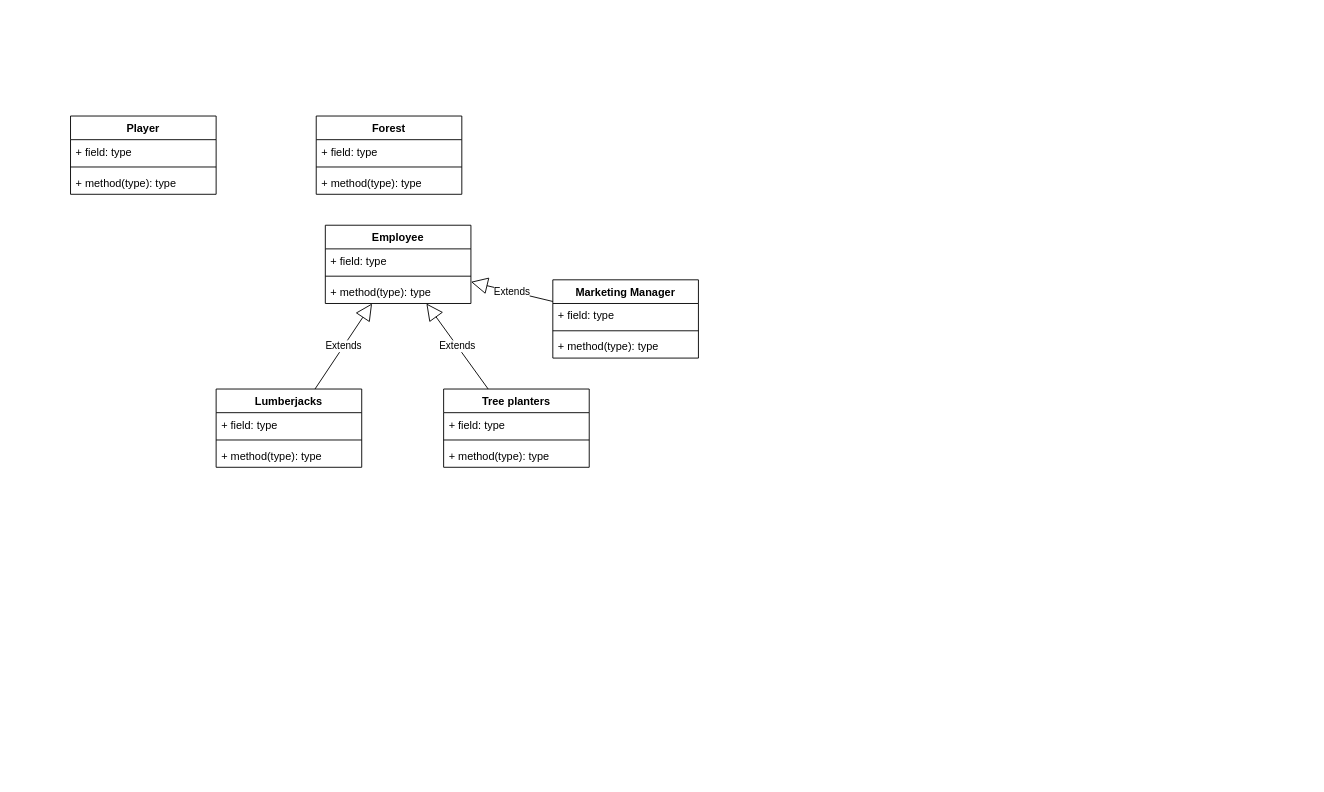
This is UML_diagrams/reduced_visibility_uml.drawio from QuinD3cim/AP4B_Lumber, a draw.io file, before an edit. Source tidied: cells renumbered, new cells numbered last; positions are measured from the earlier drawing's top-left corner, leaving out a move shared by most shapes. Both pictures are drawn from the tidied source at 91%, with x=0, y=0 at pixel (70, 116).
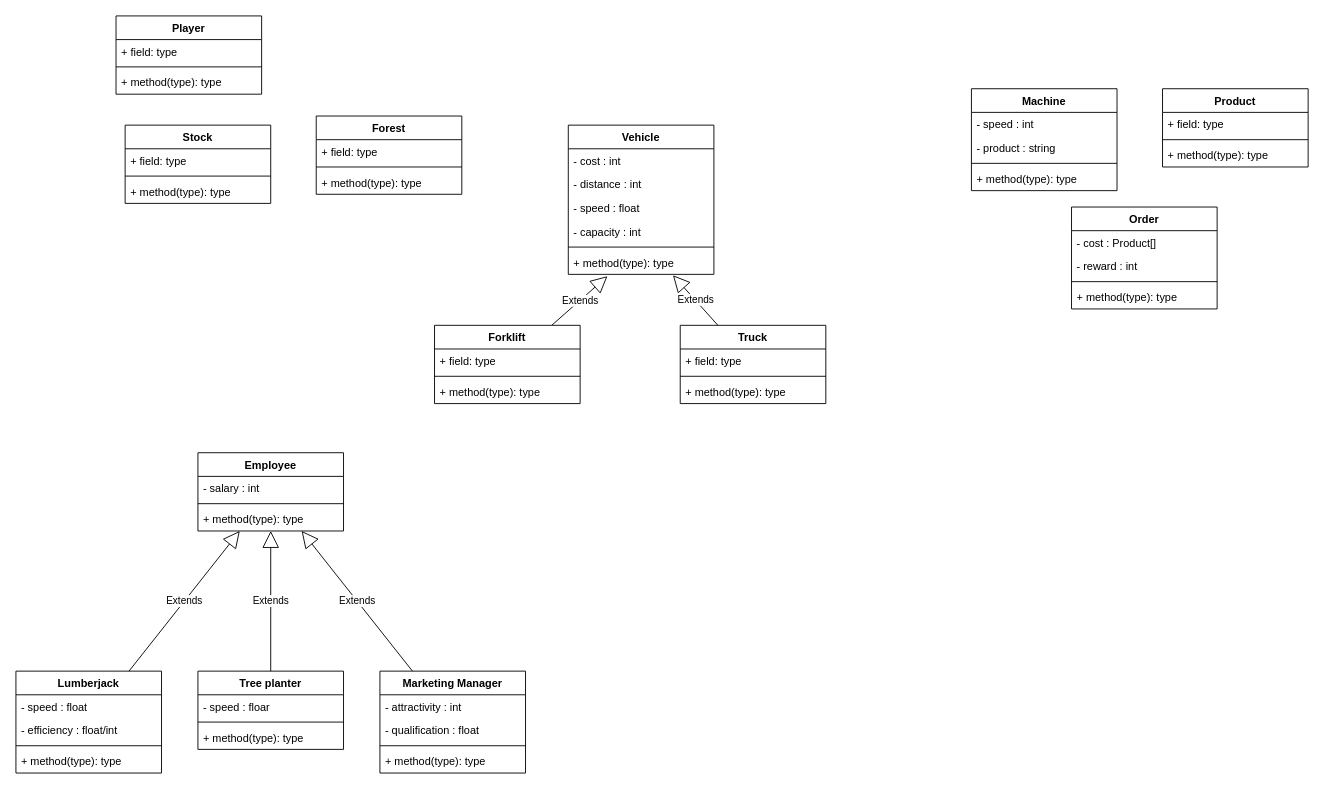
After the change.

Commit message:
Continued the uml :chart_with_upwards_trend:

Diff of the diagram source:
```diff
@@
     <mxCell id="6" value="Player" style="swimlane;fontStyle=1;align=center;verticalAlign=top;horizontal=1;startSize=26;" parent="1" vertex="1">
-      <mxGeometry width="160" height="86" as="geometry" />
+      <mxGeometry x="50" y="-110" width="160" height="86" as="geometry" />
     </mxCell>
@@
-    <mxCell id="10" value="Tree planters" style="swimlane;fontStyle=1;align=center;verticalAlign=top;horizontal=1;startSize=26;" parent="1" vertex="1">
-      <mxGeometry x="410" y="300" width="160" height="86" as="geometry" />
+    <mxCell id="10" value="Tree planter" style="swimlane;fontStyle=1;align=center;verticalAlign=top;horizontal=1;startSize=26;" parent="1" vertex="1">
+      <mxGeometry x="140" y="610" width="160" height="86" as="geometry" />
     </mxCell>
-    <mxCell id="11" value="+ field: type" style="text;strokeColor=none;fillColor=none;align=left;verticalAlign=top;spacingLeft=4;spacingRight=4;overflow=hidden;" parent="10" vertex="1">
+    <mxCell id="11" value="- speed : floar" style="text;strokeColor=none;fillColor=none;align=left;verticalAlign=top;spacingLeft=4;spacingRight=4;overflow=hidden;" parent="10" vertex="1">
       <mxGeometry y="26" width="160" height="26" as="geometry" />
     </mxCell>
@@
-    <mxCell id="14" value="Lumberjacks" style="swimlane;fontStyle=1;align=center;verticalAlign=top;horizontal=1;startSize=26;" parent="1" vertex="1">
-      <mxGeometry x="160" y="300" width="160" height="86" as="geometry" />
+    <mxCell id="14" value="Lumberjack" style="swimlane;fontStyle=1;align=center;verticalAlign=top;horizontal=1;startSize=26;" parent="1" vertex="1">
+      <mxGeometry x="-60" y="610" width="160" height="112" as="geometry" />
     </mxCell>
-    <mxCell id="15" value="+ field: type" style="text;strokeColor=none;fillColor=none;align=left;verticalAlign=top;spacingLeft=4;spacingRight=4;overflow=hidden;" parent="14" vertex="1">
+    <mxCell id="15" value="- speed : float" style="text;strokeColor=none;fillColor=none;align=left;verticalAlign=top;spacingLeft=4;spacingRight=4;overflow=hidden;" parent="14" vertex="1">
       <mxGeometry y="26" width="160" height="26" as="geometry" />
     </mxCell>
+    <mxCell id="29" value="- efficiency : float/int" style="text;strokeColor=none;fillColor=none;align=left;verticalAlign=top;spacingLeft=4;spacingRight=4;overflow=hidden;" parent="14" vertex="1">
+      <mxGeometry y="52" width="160" height="26" as="geometry" />
+    </mxCell>
     <mxCell id="16" style="line;strokeWidth=1;fillColor=none;align=left;verticalAlign=middle;spacingTop=-1;spacingLeft=3;spacingRight=3;labelPosition=right;" parent="14" vertex="1">
-      <mxGeometry y="52" width="160" height="8" as="geometry" />
+      <mxGeometry y="78" width="160" height="8" as="geometry" />
     </mxCell>
     <mxCell id="17" value="+ method(type): type" style="text;strokeColor=none;fillColor=none;align=left;verticalAlign=top;spacingLeft=4;spacingRight=4;overflow=hidden;" parent="14" vertex="1">
-      <mxGeometry y="60" width="160" height="26" as="geometry" />
+      <mxGeometry y="86" width="160" height="26" as="geometry" />
     </mxCell>
     <mxCell id="18" value="Employee" style="swimlane;fontStyle=1;align=center;verticalAlign=top;horizontal=1;startSize=26;" parent="1" vertex="1">
-      <mxGeometry x="280" y="120" width="160" height="86" as="geometry" />
+      <mxGeometry x="140" y="370" width="160" height="86" as="geometry" />
     </mxCell>
-    <mxCell id="19" value="+ field: type" style="text;strokeColor=none;fillColor=none;align=left;verticalAlign=top;spacingLeft=4;spacingRight=4;overflow=hidden;" parent="18" vertex="1">
+    <mxCell id="19" value="- salary : int" style="text;strokeColor=none;fillColor=none;align=left;verticalAlign=top;spacingLeft=4;spacingRight=4;overflow=hidden;" parent="18" vertex="1">
       <mxGeometry y="26" width="160" height="26" as="geometry" />
     </mxCell>
@@
     <mxCell id="24" value="Marketing Manager" style="swimlane;fontStyle=1;align=center;verticalAlign=top;horizontal=1;startSize=26;" parent="1" vertex="1">
-      <mxGeometry x="530" y="180" width="160" height="86" as="geometry" />
+      <mxGeometry x="340" y="610" width="160" height="112" as="geometry" />
     </mxCell>
-    <mxCell id="25" value="+ field: type" style="text;strokeColor=none;fillColor=none;align=left;verticalAlign=top;spacingLeft=4;spacingRight=4;overflow=hidden;" parent="24" vertex="1">
+    <mxCell id="25" value="- attractivity : int" style="text;strokeColor=none;fillColor=none;align=left;verticalAlign=top;spacingLeft=4;spacingRight=4;overflow=hidden;" parent="24" vertex="1">
       <mxGeometry y="26" width="160" height="26" as="geometry" />
     </mxCell>
+    <mxCell id="30" value="- qualification : float" style="text;strokeColor=none;fillColor=none;align=left;verticalAlign=top;spacingLeft=4;spacingRight=4;overflow=hidden;" parent="24" vertex="1">
+      <mxGeometry y="52" width="160" height="26" as="geometry" />
+    </mxCell>
     <mxCell id="26" style="line;strokeWidth=1;fillColor=none;align=left;verticalAlign=middle;spacingTop=-1;spacingLeft=3;spacingRight=3;labelPosition=right;" parent="24" vertex="1">
-      <mxGeometry y="52" width="160" height="8" as="geometry" />
+      <mxGeometry y="78" width="160" height="8" as="geometry" />
     </mxCell>
     <mxCell id="27" value="+ method(type): type" style="text;strokeColor=none;fillColor=none;align=left;verticalAlign=top;spacingLeft=4;spacingRight=4;overflow=hidden;" parent="24" vertex="1">
-      <mxGeometry y="60" width="160" height="26" as="geometry" />
+      <mxGeometry y="86" width="160" height="26" as="geometry" />
     </mxCell>
@@
+    <mxCell id="31" value="Machine" style="swimlane;fontStyle=1;align=center;verticalAlign=top;horizontal=1;startSize=26;" parent="1" vertex="1">
+      <mxGeometry x="990" y="-30" width="160" height="112" as="geometry" />
+    </mxCell>
+    <mxCell id="32" value="- speed : int" style="text;strokeColor=none;fillColor=none;align=left;verticalAlign=top;spacingLeft=4;spacingRight=4;overflow=hidden;" parent="31" vertex="1">
+      <mxGeometry y="26" width="160" height="26" as="geometry" />
+    </mxCell>
+    <mxCell id="33" value="- product : string" style="text;strokeColor=none;fillColor=none;align=left;verticalAlign=top;spacingLeft=4;spacingRight=4;overflow=hidden;" parent="31" vertex="1">
+      <mxGeometry y="52" width="160" height="26" as="geometry" />
+    </mxCell>
+    <mxCell id="34" style="line;strokeWidth=1;fillColor=none;align=left;verticalAlign=middle;spacingTop=-1;spacingLeft=3;spacingRight=3;labelPosition=right;" parent="31" vertex="1">
+      <mxGeometry y="78" width="160" height="8" as="geometry" />
+    </mxCell>
+    <mxCell id="35" value="+ method(type): type" style="text;strokeColor=none;fillColor=none;align=left;verticalAlign=top;spacingLeft=4;spacingRight=4;overflow=hidden;" parent="31" vertex="1">
+      <mxGeometry y="86" width="160" height="26" as="geometry" />
+    </mxCell>
+    <mxCell id="36" value="Vehicle&#10;" style="swimlane;fontStyle=1;align=center;verticalAlign=top;horizontal=1;startSize=26;" parent="1" vertex="1">
+      <mxGeometry x="547" y="10" width="160" height="164" as="geometry" />
+    </mxCell>
+    <mxCell id="37" value="- cost : int" style="text;strokeColor=none;fillColor=none;align=left;verticalAlign=top;spacingLeft=4;spacingRight=4;overflow=hidden;" parent="36" vertex="1">
+      <mxGeometry y="26" width="160" height="26" as="geometry" />
+    </mxCell>
+    <mxCell id="38" value="- distance : int" style="text;strokeColor=none;fillColor=none;align=left;verticalAlign=top;spacingLeft=4;spacingRight=4;overflow=hidden;" parent="36" vertex="1">
+      <mxGeometry y="52" width="160" height="26" as="geometry" />
+    </mxCell>
+    <mxCell id="39" value="- speed : float" style="text;strokeColor=none;fillColor=none;align=left;verticalAlign=top;spacingLeft=4;spacingRight=4;overflow=hidden;" parent="36" vertex="1">
+      <mxGeometry y="78" width="160" height="26" as="geometry" />
+    </mxCell>
+    <mxCell id="40" value="- capacity : int" style="text;strokeColor=none;fillColor=none;align=left;verticalAlign=top;spacingLeft=4;spacingRight=4;overflow=hidden;" parent="36" vertex="1">
+      <mxGeometry y="104" width="160" height="26" as="geometry" />
+    </mxCell>
+    <mxCell id="41" style="line;strokeWidth=1;fillColor=none;align=left;verticalAlign=middle;spacingTop=-1;spacingLeft=3;spacingRight=3;labelPosition=right;" parent="36" vertex="1">
+      <mxGeometry y="130" width="160" height="8" as="geometry" />
+    </mxCell>
+    <mxCell id="42" value="+ method(type): type" style="text;strokeColor=none;fillColor=none;align=left;verticalAlign=top;spacingLeft=4;spacingRight=4;overflow=hidden;points=[[0,0.5],[1,0.5]];portConstraint=eastwest;" parent="36" vertex="1">
+      <mxGeometry y="138" width="160" height="26" as="geometry" />
+    </mxCell>
+    <mxCell id="43" value="Stock" style="swimlane;fontStyle=1;align=center;verticalAlign=top;horizontal=1;startSize=26;" parent="1" vertex="1">
+      <mxGeometry x="60" y="10" width="160" height="86" as="geometry" />
+    </mxCell>
+    <mxCell id="44" value="+ field: type" style="text;strokeColor=none;fillColor=none;align=left;verticalAlign=top;spacingLeft=4;spacingRight=4;overflow=hidden;" parent="43" vertex="1">
+      <mxGeometry y="26" width="160" height="26" as="geometry" />
+    </mxCell>
+    <mxCell id="45" style="line;strokeWidth=1;fillColor=none;align=left;verticalAlign=middle;spacingTop=-1;spacingLeft=3;spacingRight=3;labelPosition=right;" parent="43" vertex="1">
+      <mxGeometry y="52" width="160" height="8" as="geometry" />
+    </mxCell>
+    <mxCell id="46" value="+ method(type): type" style="text;strokeColor=none;fillColor=none;align=left;verticalAlign=top;spacingLeft=4;spacingRight=4;overflow=hidden;" parent="43" vertex="1">
+      <mxGeometry y="60" width="160" height="26" as="geometry" />
+    </mxCell>
+    <mxCell id="47" value="Extends" style="edgeStyle=none;html=1;entryX=0.719;entryY=1.038;entryDx=0;entryDy=0;entryPerimeter=0;endArrow=block;endFill=0;endSize=16;" parent="1" edge="1" source="48" target="42">
+      <mxGeometry relative="1" as="geometry" />
+    </mxCell>
+    <mxCell id="48" value="Truck" style="swimlane;fontStyle=1;align=center;verticalAlign=top;horizontal=1;startSize=26;" parent="1" vertex="1">
+      <mxGeometry x="670" y="230" width="160" height="86" as="geometry" />
+    </mxCell>
+    <mxCell id="49" value="+ field: type" style="text;strokeColor=none;fillColor=none;align=left;verticalAlign=top;spacingLeft=4;spacingRight=4;overflow=hidden;" parent="48" vertex="1">
+      <mxGeometry y="26" width="160" height="26" as="geometry" />
+    </mxCell>
+    <mxCell id="50" style="line;strokeWidth=1;fillColor=none;align=left;verticalAlign=middle;spacingTop=-1;spacingLeft=3;spacingRight=3;labelPosition=right;" parent="48" vertex="1">
+      <mxGeometry y="52" width="160" height="8" as="geometry" />
+    </mxCell>
+    <mxCell id="51" value="+ method(type): type" style="text;strokeColor=none;fillColor=none;align=left;verticalAlign=top;spacingLeft=4;spacingRight=4;overflow=hidden;" parent="48" vertex="1">
+      <mxGeometry y="60" width="160" height="26" as="geometry" />
+    </mxCell>
+    <mxCell id="52" value="Extends" style="edgeStyle=none;html=1;entryX=0.269;entryY=1.077;entryDx=0;entryDy=0;entryPerimeter=0;endArrow=block;endFill=0;endSize=16;" parent="1" edge="1" source="53" target="42">
+      <mxGeometry relative="1" as="geometry" />
+    </mxCell>
+    <mxCell id="53" value="Forklift" style="swimlane;fontStyle=1;align=center;verticalAlign=top;horizontal=1;startSize=26;" parent="1" vertex="1">
+      <mxGeometry x="400" y="230" width="160" height="86" as="geometry" />
+    </mxCell>
+    <mxCell id="54" value="+ field: type" style="text;strokeColor=none;fillColor=none;align=left;verticalAlign=top;spacingLeft=4;spacingRight=4;overflow=hidden;" parent="53" vertex="1">
+      <mxGeometry y="26" width="160" height="26" as="geometry" />
+    </mxCell>
+    <mxCell id="55" style="line;strokeWidth=1;fillColor=none;align=left;verticalAlign=middle;spacingTop=-1;spacingLeft=3;spacingRight=3;labelPosition=right;" parent="53" vertex="1">
+      <mxGeometry y="52" width="160" height="8" as="geometry" />
+    </mxCell>
+    <mxCell id="56" value="+ method(type): type" style="text;strokeColor=none;fillColor=none;align=left;verticalAlign=top;spacingLeft=4;spacingRight=4;overflow=hidden;" parent="53" vertex="1">
+      <mxGeometry y="60" width="160" height="26" as="geometry" />
+    </mxCell>
+    <mxCell id="57" value="Product" style="swimlane;fontStyle=1;align=center;verticalAlign=top;horizontal=1;startSize=26;" parent="1" vertex="1">
+      <mxGeometry x="1200" y="-30" width="160" height="86" as="geometry" />
+    </mxCell>
+    <mxCell id="58" value="+ field: type" style="text;strokeColor=none;fillColor=none;align=left;verticalAlign=top;spacingLeft=4;spacingRight=4;overflow=hidden;" parent="57" vertex="1">
+      <mxGeometry y="26" width="160" height="26" as="geometry" />
+    </mxCell>
+    <mxCell id="59" style="line;strokeWidth=1;fillColor=none;align=left;verticalAlign=middle;spacingTop=-1;spacingLeft=3;spacingRight=3;labelPosition=right;" parent="57" vertex="1">
+      <mxGeometry y="52" width="160" height="8" as="geometry" />
+    </mxCell>
+    <mxCell id="60" value="+ method(type): type" style="text;strokeColor=none;fillColor=none;align=left;verticalAlign=top;spacingLeft=4;spacingRight=4;overflow=hidden;" parent="57" vertex="1">
+      <mxGeometry y="60" width="160" height="26" as="geometry" />
+    </mxCell>
+    <mxCell id="61" value="Order" style="swimlane;fontStyle=1;align=center;verticalAlign=top;horizontal=1;startSize=26;" parent="1" vertex="1">
+      <mxGeometry x="1100" y="100" width="160" height="112" as="geometry" />
+    </mxCell>
+    <mxCell id="62" value="- cost : Product[]" style="text;strokeColor=none;fillColor=none;align=left;verticalAlign=top;spacingLeft=4;spacingRight=4;overflow=hidden;" parent="61" vertex="1">
+      <mxGeometry y="26" width="160" height="26" as="geometry" />
+    </mxCell>
+    <mxCell id="63" value="- reward : int" style="text;strokeColor=none;fillColor=none;align=left;verticalAlign=top;spacingLeft=4;spacingRight=4;overflow=hidden;" parent="61" vertex="1">
+      <mxGeometry y="52" width="160" height="26" as="geometry" />
+    </mxCell>
+    <mxCell id="64" style="line;strokeWidth=1;fillColor=none;align=left;verticalAlign=middle;spacingTop=-1;spacingLeft=3;spacingRight=3;labelPosition=right;" parent="61" vertex="1">
+      <mxGeometry y="78" width="160" height="8" as="geometry" />
+    </mxCell>
+    <mxCell id="65" value="+ method(type): type" style="text;strokeColor=none;fillColor=none;align=left;verticalAlign=top;spacingLeft=4;spacingRight=4;overflow=hidden;" parent="61" vertex="1">
+      <mxGeometry y="86" width="160" height="26" as="geometry" />
+    </mxCell>
```
